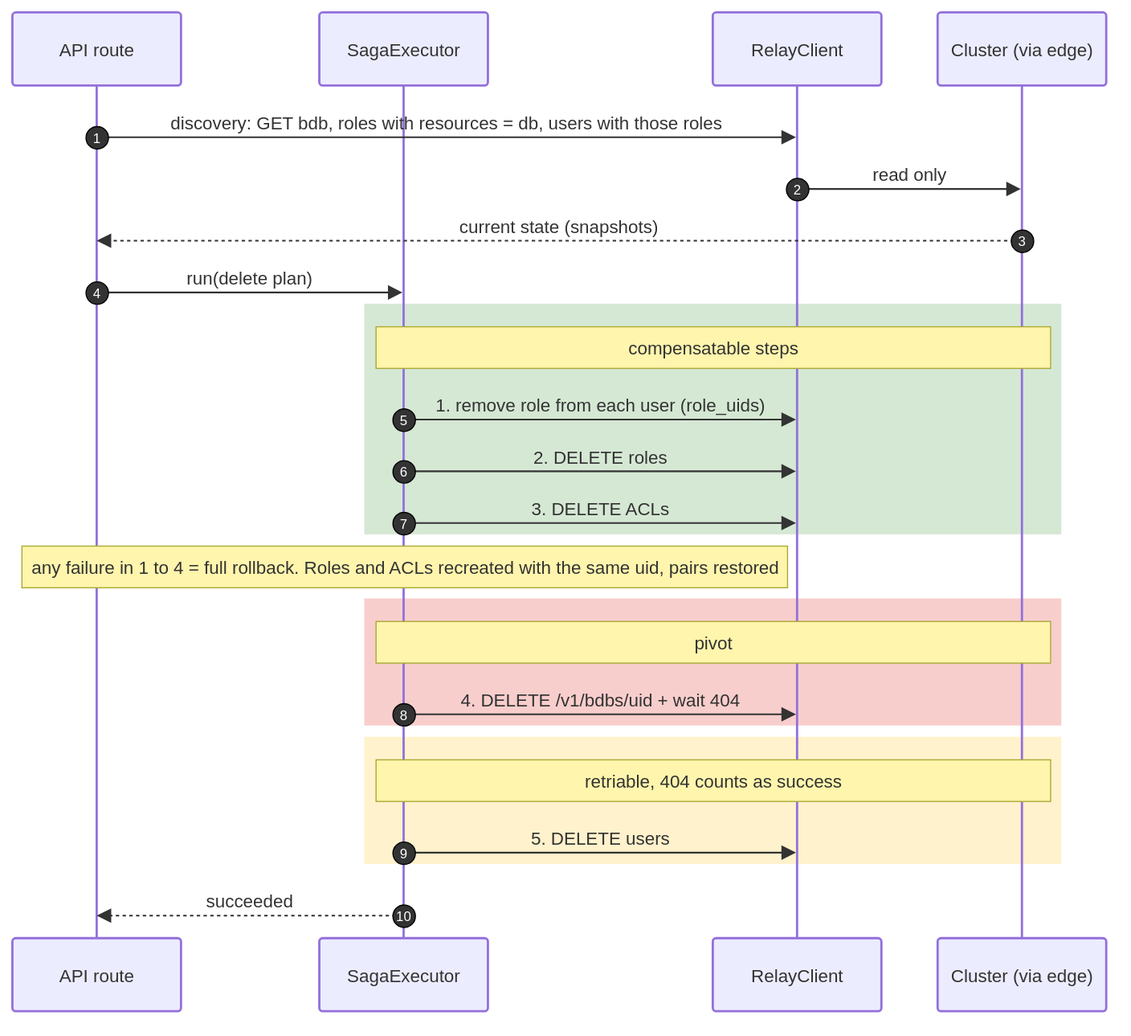
Before: docs/dr/diagrams/08-seq-delete-db.drawio.svg, a diagram exported from draw.io (EliShteinman/redis-enterprise-services). Source tidied: cells renumbered, new cells last; positions are measured from the earlier drawing's top-left corner, leaving out a move shared by most shapes.
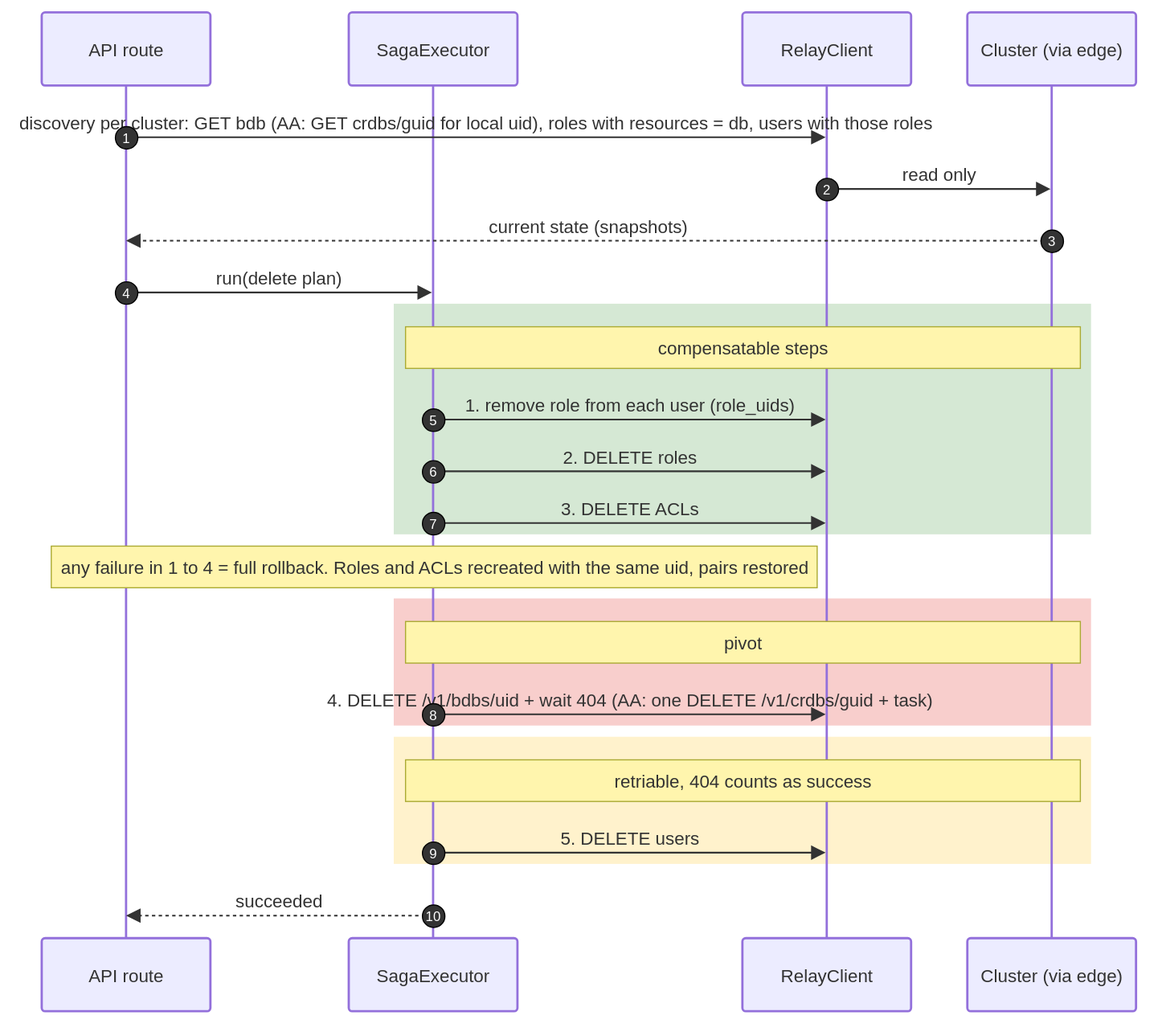
Later version of the same file.

Commit message:
docs(dr): delete diagram covers AA, placement marked as create only

Diff of the diagram source:
```diff
@@ -23,7 +23,7 @@
     <mxCell id="8" value="Cluster (via edge)" style="html=1;shape=umlLifeline;perimeter=lifelinePerimeter;whiteSpace=wrap;outlineConnect=0;portConstraint=eastwest;newEdgeStyle={&quot;edgeStyle&quot;:&quot;sequenceEdgeStyle&quot;,&quot;libavoidRouting&quot;:0,&quot;curved&quot;:0,&quot;rounded&quot;:0};lifelineDashed=0;strokeWidth=2;rounded=1;absoluteArcSize=1;arcSize=6;lifelineColor=light-dark(#9370DB,#cccccc);size=65;lifelineMirror=1;fillColor=light-dark(#ECECFF,#1f2020);strokeColor=light-dark(#9370DB,#cccccc);fontColor=light-dark(#333333,#cccccc);fontFamily=Trebuchet MS,Verdana,Arial,sans-serif;fontSize=16;" parent="1" vertex="1">
       <mxGeometry x="823" width="150" height="888" as="geometry" />
     </mxCell>
-    <mxCell id="9" value="discovery: GET bdb, roles with resources = db, users with those roles" style="endArrow=block;endSize=9;verticalAlign=bottom;spacingBottom=2;edgeStyle=sequenceEdgeStyle;libavoidRouting=0;curved=0;rounded=0;fontSize=16;labelBackgroundColor=none;strokeWidth=1.5;strokeColor=light-dark(#333333,#cccccc);fontColor=light-dark(#333333,#cccccc);fontFamily=Trebuchet MS,Verdana,Arial,sans-serif;" parent="1" edge="1" source="5" target="7">
+    <mxCell id="9" value="discovery per cluster: GET bdb (AA: GET crdbs/guid for local uid), roles with resources = db, users with those roles" style="endArrow=block;endSize=9;verticalAlign=bottom;spacingBottom=2;edgeStyle=sequenceEdgeStyle;libavoidRouting=0;curved=0;rounded=0;fontSize=16;labelBackgroundColor=none;strokeWidth=1.5;strokeColor=light-dark(#333333,#cccccc);fontColor=light-dark(#333333,#cccccc);fontFamily=Trebuchet MS,Verdana,Arial,sans-serif;" parent="1" edge="1" source="5" target="7">
       <mxGeometry relative="1" as="geometry">
         <Array as="points">
           <mxPoint x="387" y="111" />
@@ -93,7 +93,7 @@
     <mxCell id="22" value="7" style="ellipse;fillColor=light-dark(#333333,#cccccc);align=center;verticalAlign=middle;fontColor=light-dark(#FFFFFF,#333333);fontSize=12;" parent="1" vertex="1">
       <mxGeometry x="338" y="444" width="20" height="20" as="geometry" />
     </mxCell>
-    <mxCell id="23" value="4. DELETE /v1/bdbs/uid + wait 404" style="endArrow=block;endSize=9;verticalAlign=bottom;spacingBottom=2;edgeStyle=sequenceEdgeStyle;libavoidRouting=0;curved=0;rounded=0;fontSize=16;labelBackgroundColor=none;strokeWidth=1.5;strokeColor=light-dark(#333333,#cccccc);fontColor=light-dark(#333333,#cccccc);fontFamily=Trebuchet MS,Verdana,Arial,sans-serif;" parent="1" edge="1" source="6" target="7">
+    <mxCell id="23" value="4. DELETE /v1/bdbs/uid + wait 404 (AA: one DELETE /v1/crdbs/guid + task)" style="endArrow=block;endSize=9;verticalAlign=bottom;spacingBottom=2;edgeStyle=sequenceEdgeStyle;libavoidRouting=0;curved=0;rounded=0;fontSize=16;labelBackgroundColor=none;strokeWidth=1.5;strokeColor=light-dark(#333333,#cccccc);fontColor=light-dark(#333333,#cccccc);fontFamily=Trebuchet MS,Verdana,Arial,sans-serif;" parent="1" edge="1" source="6" target="7">
       <mxGeometry relative="1" as="geometry">
         <Array as="points">
           <mxPoint x="523" y="624" />
```
